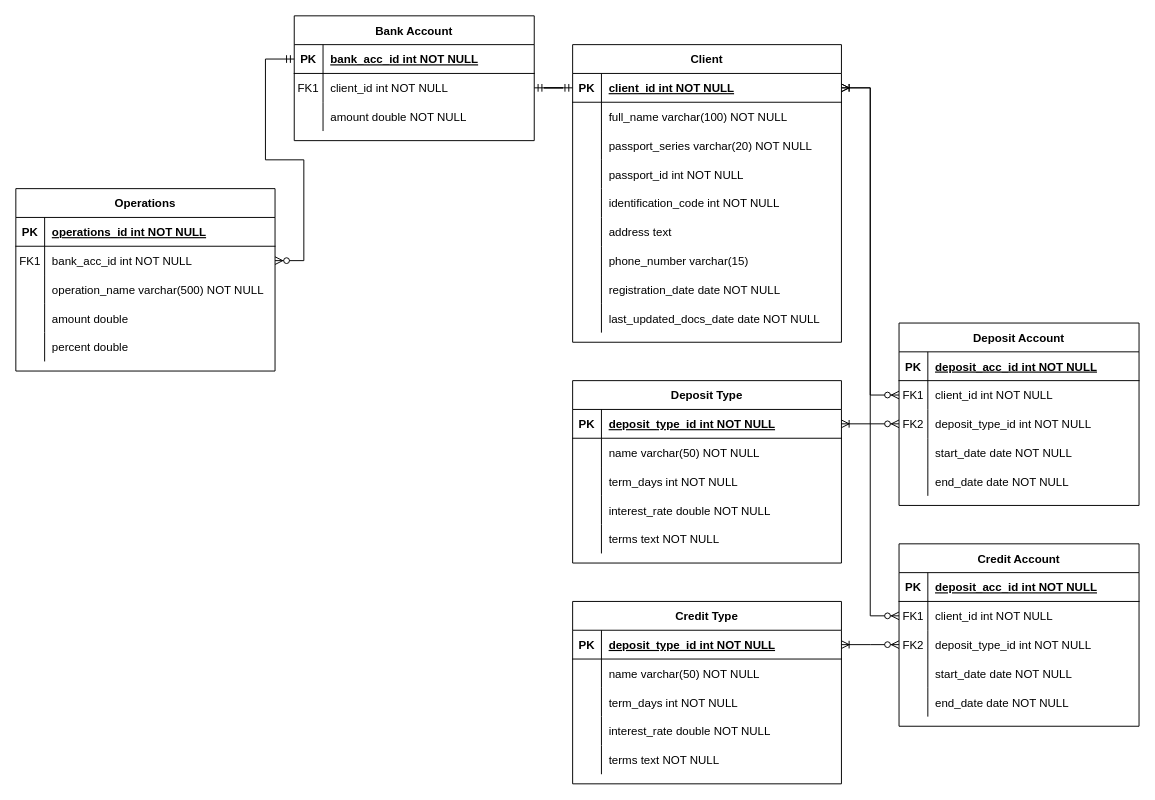
Above: MyDB (6).drawio in kallDun/DrawIO (draw.io), before the change. Source tidied: cells renumbered, new cells numbered last; positions are measured from the earlier drawing's top-left corner, leaving out a move shared by most shapes. Both pictures are drawn from the tidied source at 96%, with x=0, y=0 at pixel (15, 15).
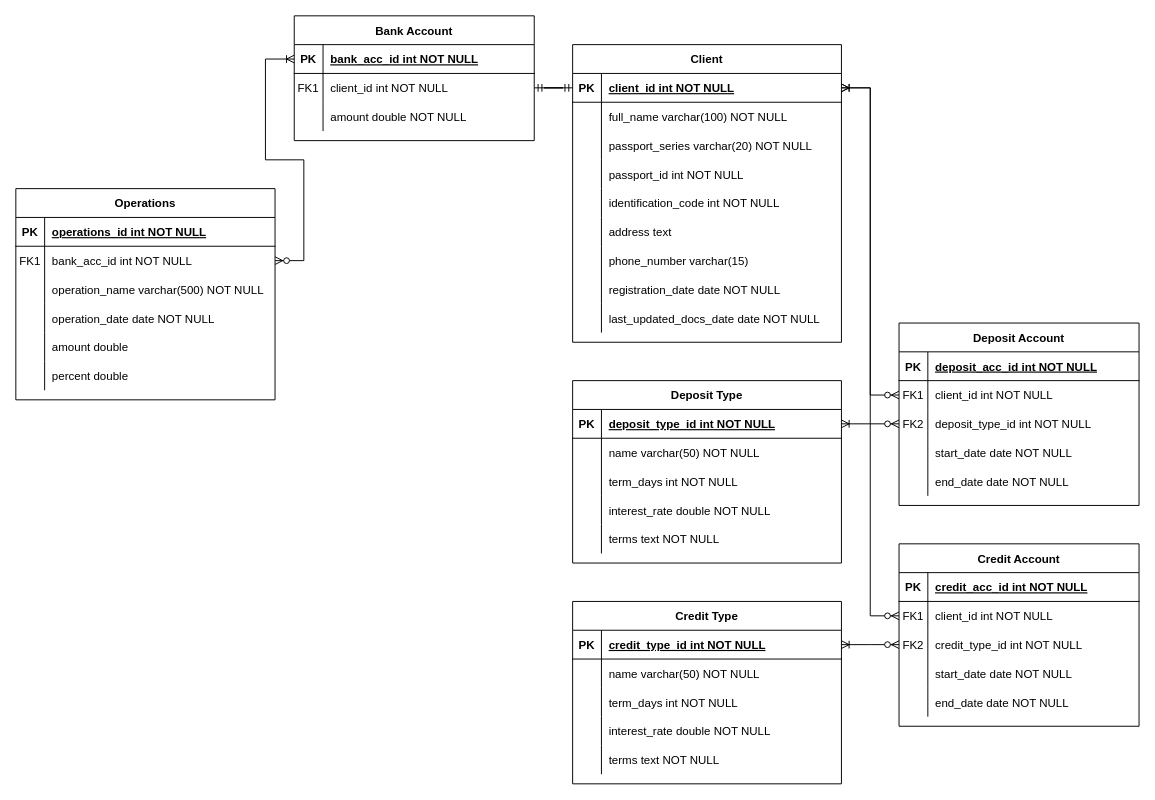
Above is the later version.

Unchanged cells that the change refers to:
```xml
<mxCell id="65" style="shape=partialRectangle;fillColor=none;points=[[0,0.5],[1,0.5]];portConstraint=eastwest;top=0;left=0;right=0;bottom=1;" parent="64" vertex="1">
  <mxGeometry y="30" width="250" height="30" as="geometry" />
</mxCell>
<mxCell id="79" style="shape=partialRectangle;fillColor=none;points=[[0,0.5],[1,0.5]];portConstraint=eastwest;top=0;left=0;right=0;bottom=0;" parent="75" vertex="1">
  <mxGeometry y="60" width="270" height="30" as="geometry" />
</mxCell>
<mxCell id="93" style="shape=partialRectangle;fillColor=none;points=[[0,0.5],[1,0.5]];portConstraint=eastwest;top=0;left=0;right=0;bottom=1;" parent="92" vertex="1">
  <mxGeometry y="30" width="280" height="30" as="geometry" />
</mxCell>
<mxCell id="109" style="shape=partialRectangle;fillColor=none;top=0;left=0;right=0;bottom=1;" parent="108" vertex="1">
  <mxGeometry y="30" width="250" height="30" as="geometry" />
</mxCell>
<mxCell id="115" style="shape=partialRectangle;fillColor=none;points=[[0,0.5],[1,0.5]];portConstraint=eastwest;top=0;left=0;right=0;bottom=0;" parent="108" vertex="1">
  <mxGeometry y="90" width="250" height="30" as="geometry" />
</mxCell>
```

Diff of the diagram source:
```diff
@@
     <mxCell id="75" value="Operations" style="shape=table;startSize=30;childLayout=tableLayout;rowLines=0;fontStyle=1;align=center;" parent="1" vertex="1">
-      <mxGeometry y="180" width="270" height="190" as="geometry" />
+      <mxGeometry y="180" width="270" height="220" as="geometry" />
     </mxCell>
@@
+    <mxCell id="126" style="shape=partialRectangle;fillColor=none;top=0;left=0;right=0;bottom=0;" parent="75" vertex="1">
+      <mxGeometry y="120" width="270" height="30" as="geometry" />
+    </mxCell>
+    <mxCell id="127" style="shape=partialRectangle;overflow=hidden;fillColor=none;top=0;left=0;bottom=0;right=0;" parent="126" vertex="1">
+      <mxGeometry width="30" height="30" as="geometry" />
+    </mxCell>
+    <mxCell id="128" value="operation_date date NOT NULL" style="shape=partialRectangle;overflow=hidden;fillColor=none;top=0;left=0;bottom=0;right=0;align=left;spacingLeft=6;" parent="126" vertex="1">
+      <mxGeometry x="30" width="240" height="30" as="geometry" />
+    </mxCell>
     <mxCell id="85" style="shape=partialRectangle;fillColor=none;top=0;left=0;right=0;bottom=0;" parent="75" vertex="1">
-      <mxGeometry y="120" width="270" height="30" as="geometry" />
+      <mxGeometry y="150" width="270" height="30" as="geometry" />
     </mxCell>
@@
     <mxCell id="88" style="shape=partialRectangle;fillColor=none;top=0;left=0;right=0;bottom=0;" parent="75" vertex="1">
-      <mxGeometry y="150" width="270" height="30" as="geometry" />
+      <mxGeometry y="180" width="270" height="30" as="geometry" />
     </mxCell>
@@
-    <mxCell id="91" style="edgeStyle=entityRelationEdgeStyle;fontSize=12;html=1;endArrow=ERzeroToMany;startArrow=ERmandOne;rounded=0;exitX=0;exitY=0.5;exitDx=0;exitDy=0;entryX=1;entryY=0.5;entryDx=0;entryDy=0;" parent="1" edge="1" source="65" target="79">
-      <mxGeometry relative="1" as="geometry" />
-    </mxCell>
@@
-    <mxCell id="95" value="deposit_type_id int NOT NULL " style="shape=partialRectangle;overflow=hidden;fillColor=none;top=0;left=0;bottom=0;right=0;align=left;spacingLeft=6;fontStyle=5;" parent="93" vertex="1">
+    <mxCell id="95" value="credit_type_id int NOT NULL " style="shape=partialRectangle;overflow=hidden;fillColor=none;top=0;left=0;bottom=0;right=0;align=left;spacingLeft=6;fontStyle=5;" parent="93" vertex="1">
       <mxGeometry x="30" width="250" height="30" as="geometry" />
     </mxCell>
@@
-    <mxCell id="111" value="deposit_acc_id int NOT NULL " style="shape=partialRectangle;overflow=hidden;fillColor=none;top=0;left=0;bottom=0;right=0;align=left;spacingLeft=6;fontStyle=5;" parent="109" vertex="1">
+    <mxCell id="111" value="credit_acc_id int NOT NULL " style="shape=partialRectangle;overflow=hidden;fillColor=none;top=0;left=0;bottom=0;right=0;align=left;spacingLeft=6;fontStyle=5;" parent="109" vertex="1">
       <mxGeometry x="30" width="220" height="30" as="geometry" />
     </mxCell>
@@
-    <mxCell id="117" value="deposit_type_id int NOT NULL" style="shape=partialRectangle;overflow=hidden;fillColor=none;top=0;left=0;bottom=0;right=0;align=left;spacingLeft=6;" parent="115" vertex="1">
+    <mxCell id="117" value="credit_type_id int NOT NULL" style="shape=partialRectangle;overflow=hidden;fillColor=none;top=0;left=0;bottom=0;right=0;align=left;spacingLeft=6;" parent="115" vertex="1">
       <mxGeometry x="30" width="220" height="30" as="geometry" />
     </mxCell>
@@
+    <mxCell id="129" style="edgeStyle=entityRelationEdgeStyle;fontSize=12;html=1;endArrow=ERoneToMany;startArrow=ERzeroToMany;rounded=0;exitX=1;exitY=0.5;exitDx=0;exitDy=0;entryX=0;entryY=0.5;entryDx=0;entryDy=0;" parent="1" edge="1" source="79" target="65">
+      <mxGeometry relative="1" as="geometry" />
+    </mxCell>
```
